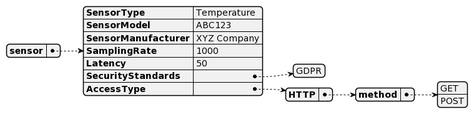
Above: models/examples/img/flavor-types/sensor.png in SteGala/REAR-data-models (PlantUML), before the change.
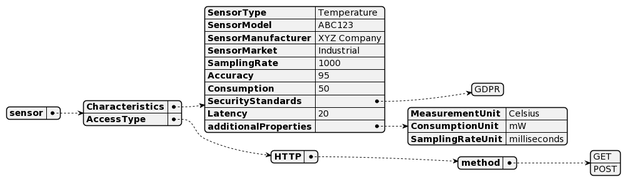
The same file after the commit.

Change to the diagram source:
```diff
@@ -1,22 +1,28 @@
 @startjson
 {
   "sensor": {
-    "SensorType": "Temperature",
-    "SensorModel": "ABC123",
-    "SensorManufacturer": "XYZ Company",
-    "SamplingRate": 1000,
-    "Latency": 50,
-    "SecurityStandards": [
-      "GDPR"
-    ],
+    "Characteristics": {
+      "SensorType": "Temperature",
+      "SensorModel": "ABC123",
+      "SensorManufacturer": "XYZ Company",
+      "SensorMarket": "Industrial",
+      "SamplingRate": 1000,
+      "Accuracy": 95,
+      "Consumption": 50,
+      "SecurityStandards": ["GDPR"],
+      "Latency": 20,
+      "additionalProperties": {
+        "MeasurementUnit": "Celsius",
+        "ConsumptionUnit": "mW",
+        "SamplingRateUnit": "milliseconds"
+      }
+    },
     "AccessType": {
       "HTTP": {
-        "method": [
-          "GET",
-          "POST"
-        ]
+        "method": ["GET", "POST"]
       }
     }
   }
 }
+
 @endjson
```
